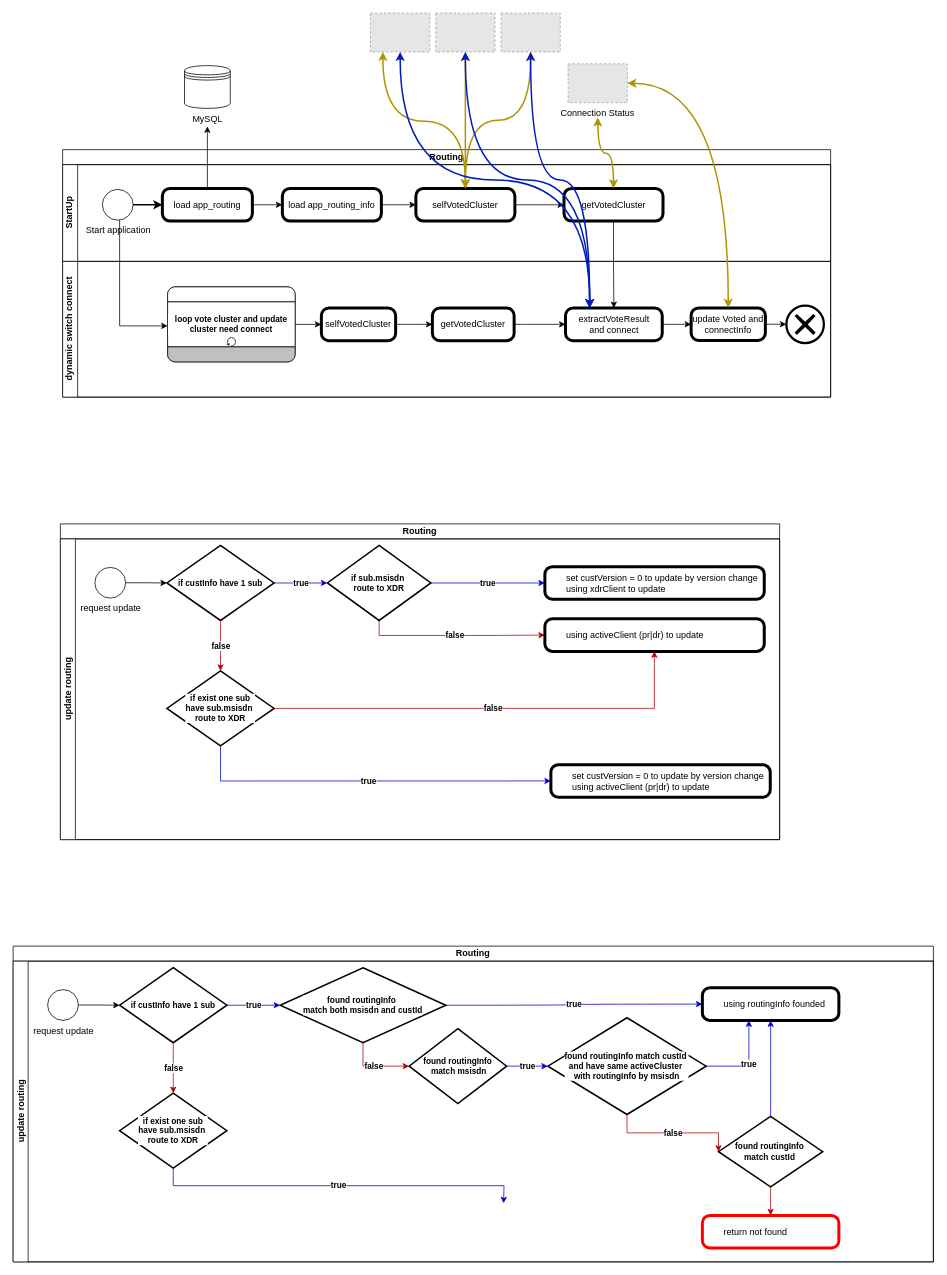
This is page "Page-3" (3 of 3) of vOCS3.0.drawio from duongbkak55/work, a draw.io file, before an edit. Source tidied: cells renumbered, new cells numbered last; positions are measured from the earlier drawing's top-left corner, leaving out a move shared by most shapes. Both pictures are drawn from the tidied source at 75%, with x=0, y=0 at pixel (13, 13). Pictures stored in the file or linked from it are replaced by grey dashed boxes.
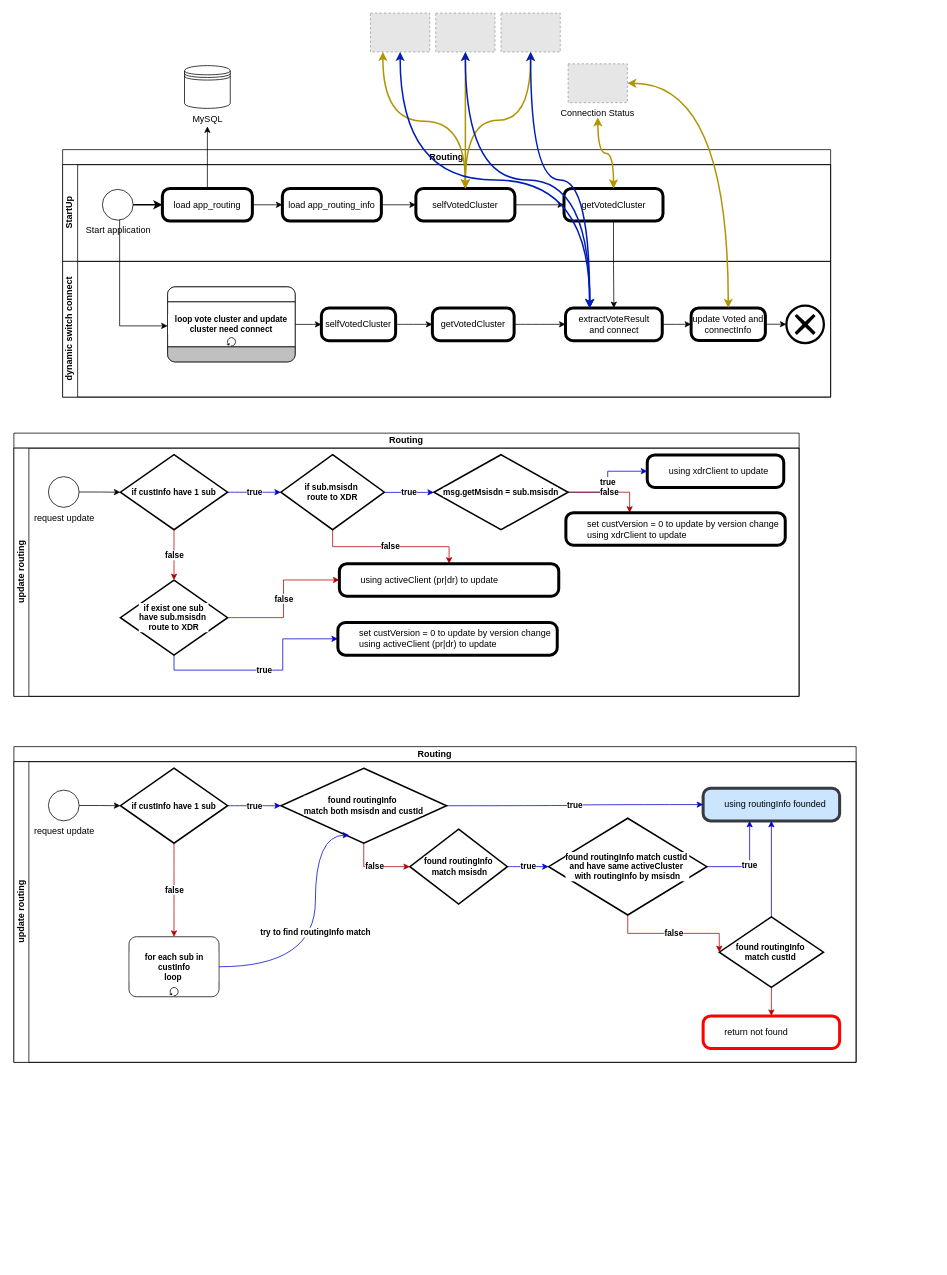
The same page after the edit.

The change refers to these unchanged cells:
```xml
<mxCell id="53" value="if sub.msisdn&amp;nbsp;&lt;div&gt;route to XDR&lt;/div&gt;" style="strokeWidth=2;html=1;shape=mxgraph.flowchart.decision;whiteSpace=wrap;fontFamily=Helvetica;fontSize=11;fontColor=default;fontStyle=1;labelBackgroundColor=default;" parent="45" vertex="1">
  <mxGeometry x="356" y="8.8" width="138" height="100" as="geometry" />
</mxCell>
<mxCell id="56" value="if exist one sub&lt;div&gt;have sub.msisdn&amp;nbsp;&lt;div&gt;route to XDR&lt;/div&gt;&lt;/div&gt;" style="strokeWidth=2;html=1;shape=mxgraph.flowchart.decision;whiteSpace=wrap;fontFamily=Helvetica;fontSize=11;fontColor=default;fontStyle=1;labelBackgroundColor=default;" parent="45" vertex="1">
  <mxGeometry x="142" y="176" width="143" height="100" as="geometry" />
</mxCell>
<mxCell id="66" value="if custInfo have 1 sub" style="strokeWidth=2;html=1;shape=mxgraph.flowchart.decision;whiteSpace=wrap;fontFamily=Helvetica;fontSize=11;fontColor=default;fontStyle=1;labelBackgroundColor=default;" parent="61" vertex="1">
  <mxGeometry x="142" y="8.8" width="143" height="100" as="geometry" />
</mxCell>
<mxCell id="69" value="found routingInfo&amp;nbsp;&lt;div&gt;&lt;div&gt;match both msisdn and custId&lt;/div&gt;&lt;/div&gt;" style="strokeWidth=2;html=1;shape=mxgraph.flowchart.decision;whiteSpace=wrap;fontFamily=Helvetica;fontSize=11;fontColor=default;fontStyle=1;labelBackgroundColor=default;" parent="61" vertex="1">
  <mxGeometry x="356" y="8.8" width="221" height="100" as="geometry" />
</mxCell>
```

What changed in the source:
```diff
@@
     <mxCell id="44" value="Routing" style="swimlane;html=1;horizontal=1;startSize=20;whiteSpace=wrap;" parent="1" vertex="1">
-      <mxGeometry x="63" y="681" width="959" height="421" as="geometry" />
+      <mxGeometry x="1" y="560" width="1047" height="351" as="geometry" />
     </mxCell>
     <mxCell id="45" value="update routing" style="swimlane;html=1;startSize=20;horizontal=0;" parent="44" vertex="1">
-      <mxGeometry y="20" width="959" height="401" as="geometry" />
+      <mxGeometry y="20" width="1047" height="331" as="geometry" />
     </mxCell>
@@
-    <mxCell id="48" value="&lt;span style=&quot;white-space: pre;&quot;&gt;&#9;&lt;/span&gt;set custVersion = 0 to update by version change&lt;div&gt;&lt;span style=&quot;white-space: pre;&quot;&gt;&#9;&lt;/span&gt;using xdrClient to update&lt;/div&gt;" style="points=[[0.25,0,0],[0.5,0,0],[0.75,0,0],[1,0.25,0],[1,0.5,0],[1,0.75,0],[0.75,1,0],[0.5,1,0],[0.25,1,0],[0,0.75,0],[0,0.5,0],[0,0.25,0]];shape=mxgraph.bpmn.task;whiteSpace=wrap;rectStyle=rounded;size=10;html=1;bpmnShapeType=call;align=left;" parent="45" vertex="1">
-      <mxGeometry x="646" y="37" width="292.5" height="43.5" as="geometry" />
+    <mxCell id="48" value="&lt;div&gt;&lt;span style=&quot;white-space: pre;&quot;&gt;&#9;&lt;/span&gt;using xdrClient to update&lt;/div&gt;" style="points=[[0.25,0,0],[0.5,0,0],[0.75,0,0],[1,0.25,0],[1,0.5,0],[1,0.75,0],[0.75,1,0],[0.5,1,0],[0.25,1,0],[0,0.75,0],[0,0.5,0],[0,0.25,0]];shape=mxgraph.bpmn.task;whiteSpace=wrap;rectStyle=rounded;size=10;html=1;bpmnShapeType=call;align=left;" parent="45" vertex="1">
+      <mxGeometry x="844.5" y="9" width="182" height="43.5" as="geometry" />
     </mxCell>
@@
-    <mxCell id="51" value="true" style="edgeStyle=orthogonalEdgeStyle;curved=1;rounded=0;jettySize=auto;html=1;strokeColor=#0000CC;strokeWidth=1;align=center;verticalAlign=middle;fontFamily=Helvetica;fontSize=11;fontColor=default;fontStyle=1;labelBackgroundColor=default;startArrow=none;startFill=0;endArrow=classic;flowAnimation=0;fillColor=#e3c800;" parent="45" edge="1" source="53" target="48">
+    <mxCell id="51" value="true" style="edgeStyle=orthogonalEdgeStyle;rounded=0;jettySize=auto;html=1;strokeColor=#0000CC;strokeWidth=1;align=center;verticalAlign=middle;fontFamily=Helvetica;fontSize=11;fontColor=default;fontStyle=1;labelBackgroundColor=default;startArrow=none;startFill=0;endArrow=classic;flowAnimation=0;fillColor=#e3c800;" parent="45" edge="1" source="83" target="48">
       <mxGeometry relative="1" as="geometry" />
     </mxCell>
@@
+    <mxCell id="70" value="true" style="edgeStyle=elbowEdgeStyle;rounded=0;jettySize=auto;elbow=vertical;html=1;strokeColor=#0000CC;strokeWidth=1;align=center;verticalAlign=middle;fontFamily=Helvetica;fontSize=11;fontColor=default;fontStyle=1;labelBackgroundColor=default;startArrow=none;startFill=0;endArrow=classic;flowAnimation=0;fillColor=#e3c800;" parent="45" edge="1" source="53" target="83">
+      <mxGeometry relative="1" as="geometry" />
+    </mxCell>
@@
     <mxCell id="54" value="&lt;div&gt;&lt;span style=&quot;white-space: pre;&quot;&gt;&#9;&lt;/span&gt;using activeClient (pr|dr) to update&lt;/div&gt;" style="points=[[0.25,0,0],[0.5,0,0],[0.75,0,0],[1,0.25,0],[1,0.5,0],[1,0.75,0],[0.75,1,0],[0.5,1,0],[0.25,1,0],[0,0.75,0],[0,0.5,0],[0,0.25,0]];shape=mxgraph.bpmn.task;whiteSpace=wrap;rectStyle=rounded;size=10;html=1;bpmnShapeType=call;align=left;" parent="45" vertex="1">
-      <mxGeometry x="646" y="106.5" width="292.5" height="43.5" as="geometry" />
+      <mxGeometry x="434" y="154" width="292.5" height="43.5" as="geometry" />
     </mxCell>
@@
     <mxCell id="58" value="&lt;span style=&quot;white-space: pre;&quot;&gt;&#9;&lt;/span&gt;set custVersion = 0 to update by version change&lt;div&gt;&lt;span style=&quot;white-space: pre;&quot;&gt;&#9;&lt;/span&gt;using activeClient (pr|dr) to update&lt;br&gt;&lt;/div&gt;" style="points=[[0.25,0,0],[0.5,0,0],[0.75,0,0],[1,0.25,0],[1,0.5,0],[1,0.75,0],[0.75,1,0],[0.5,1,0],[0.25,1,0],[0,0.75,0],[0,0.5,0],[0,0.25,0]];shape=mxgraph.bpmn.task;whiteSpace=wrap;rectStyle=rounded;size=10;html=1;bpmnShapeType=call;align=left;" parent="45" vertex="1">
-      <mxGeometry x="654" y="301" width="292.5" height="43.5" as="geometry" />
+      <mxGeometry x="432" y="232.5" width="292.5" height="43.5" as="geometry" />
     </mxCell>
     <mxCell id="59" value="false" style="edgeStyle=orthogonalEdgeStyle;rounded=0;jettySize=auto;html=1;strokeColor=#B20000;strokeWidth=1;align=center;verticalAlign=middle;fontFamily=Helvetica;fontSize=11;fontColor=default;fontStyle=1;labelBackgroundColor=default;startArrow=none;startFill=0;endArrow=classic;flowAnimation=0;fillColor=#e51400;" parent="45" edge="1" source="56" target="54">
-      <mxGeometry relative="1" as="geometry">
-        <Array as="points">
-          <mxPoint x="792" y="226" />
-        </Array>
-      </mxGeometry>
+      <mxGeometry relative="1" as="geometry" />
     </mxCell>
+    <mxCell id="82" value="false" style="edgeStyle=orthogonalEdgeStyle;rounded=0;jettySize=auto;html=1;strokeColor=#B20000;strokeWidth=1;align=center;verticalAlign=middle;fontFamily=Helvetica;fontSize=11;fontColor=default;fontStyle=1;labelBackgroundColor=default;startArrow=none;startFill=0;endArrow=classic;flowAnimation=0;fillColor=#e51400;" parent="45" edge="1" source="83" target="84">
+      <mxGeometry relative="1" as="geometry">
+        <Array as="points">
+          <mxPoint x="821" y="59" />
+        </Array>
+      </mxGeometry>
+    </mxCell>
+    <mxCell id="83" value="msg.getMsisdn = sub.msisdn" style="strokeWidth=2;html=1;shape=mxgraph.flowchart.decision;whiteSpace=wrap;fontFamily=Helvetica;fontSize=11;fontColor=default;fontStyle=1;labelBackgroundColor=default;" parent="45" vertex="1">
+      <mxGeometry x="560" y="8.8" width="179" height="100" as="geometry" />
+    </mxCell>
+    <mxCell id="84" value="&lt;span style=&quot;white-space: pre;&quot;&gt;&#9;&lt;/span&gt;set custVersion = 0 to update by version change&lt;div&gt;&lt;span style=&quot;white-space: pre;&quot;&gt;&#9;&lt;/span&gt;using xdrClient to update&lt;/div&gt;" style="points=[[0.25,0,0],[0.5,0,0],[0.75,0,0],[1,0.25,0],[1,0.5,0],[1,0.75,0],[0.75,1,0],[0.5,1,0],[0.25,1,0],[0,0.75,0],[0,0.5,0],[0,0.25,0]];shape=mxgraph.bpmn.task;whiteSpace=wrap;rectStyle=rounded;size=10;html=1;bpmnShapeType=call;align=left;" parent="45" vertex="1">
+      <mxGeometry x="736" y="86" width="292.5" height="43.5" as="geometry" />
+    </mxCell>
     <mxCell id="60" value="Routing" style="swimlane;html=1;horizontal=1;startSize=20;whiteSpace=wrap;" parent="1" vertex="1">
-      <mxGeometry y="1244" width="1227" height="421" as="geometry" />
+      <mxGeometry x="1" y="978" width="1123" height="421" as="geometry" />
     </mxCell>
     <mxCell id="61" value="update routing" style="swimlane;html=1;startSize=20;horizontal=0;" parent="60" vertex="1">
-      <mxGeometry y="20" width="1227" height="401" as="geometry" />
+      <mxGeometry y="20" width="1123" height="401" as="geometry" />
     </mxCell>
@@
-    <mxCell id="64" value="&lt;span style=&quot;white-space: pre;&quot;&gt;&#9;&lt;/span&gt;using routingInfo founded" style="points=[[0.25,0,0],[0.5,0,0],[0.75,0,0],[1,0.25,0],[1,0.5,0],[1,0.75,0],[0.75,1,0],[0.5,1,0],[0.25,1,0],[0,0.75,0],[0,0.5,0],[0,0.25,0]];shape=mxgraph.bpmn.task;whiteSpace=wrap;rectStyle=rounded;size=10;html=1;bpmnShapeType=call;align=left;" parent="61" vertex="1">
+    <mxCell id="64" value="&lt;span style=&quot;white-space: pre;&quot;&gt;&#9;&lt;/span&gt;using routingInfo founded" style="points=[[0.25,0,0],[0.5,0,0],[0.75,0,0],[1,0.25,0],[1,0.5,0],[1,0.75,0],[0.75,1,0],[0.5,1,0],[0.25,1,0],[0,0.75,0],[0,0.5,0],[0,0.25,0]];shape=mxgraph.bpmn.task;whiteSpace=wrap;rectStyle=rounded;size=10;html=1;bpmnShapeType=call;align=left;fillColor=#cce5ff;strokeColor=#36393d;" parent="61" vertex="1">
       <mxGeometry x="919" y="35.5" width="182" height="43.5" as="geometry" />
     </mxCell>
@@
-    <mxCell id="70" value="true" style="edgeStyle=orthogonalEdgeStyle;rounded=0;jettySize=auto;html=1;strokeColor=#0000CC;strokeWidth=1;align=center;verticalAlign=middle;fontFamily=Helvetica;fontSize=11;fontColor=default;fontStyle=1;labelBackgroundColor=default;startArrow=none;startFill=0;endArrow=classic;flowAnimation=0;fillColor=#e3c800;exitX=0.5;exitY=1;exitDx=0;exitDy=0;exitPerimeter=0;entryX=0;entryY=0.5;entryDx=0;entryDy=0;entryPerimeter=0;" parent="61" edge="1" source="71">
-      <mxGeometry relative="1" as="geometry">
-        <mxPoint x="654" y="322.8" as="targetPoint" />
-      </mxGeometry>
-    </mxCell>
-    <mxCell id="71" value="if exist one sub&lt;div&gt;have sub.msisdn&amp;nbsp;&lt;div&gt;route to XDR&lt;/div&gt;&lt;/div&gt;" style="strokeWidth=2;html=1;shape=mxgraph.flowchart.decision;whiteSpace=wrap;fontFamily=Helvetica;fontSize=11;fontColor=default;fontStyle=1;labelBackgroundColor=default;" parent="61" vertex="1">
-      <mxGeometry x="142" y="176" width="143" height="100" as="geometry" />
-    </mxCell>
-    <mxCell id="72" value="false" style="edgeStyle=orthogonalEdgeStyle;curved=1;rounded=0;jettySize=auto;html=1;strokeColor=#B20000;strokeWidth=1;align=center;verticalAlign=middle;fontFamily=Helvetica;fontSize=11;fontColor=default;fontStyle=1;labelBackgroundColor=default;startArrow=none;startFill=0;endArrow=classic;flowAnimation=0;fillColor=#e51400;" parent="61" edge="1" source="66" target="71">
-      <mxGeometry relative="1" as="geometry" />
-    </mxCell>
@@
+    <mxCell id="72" value="false" style="edgeStyle=orthogonalEdgeStyle;curved=1;rounded=0;jettySize=auto;html=1;strokeColor=#B20000;strokeWidth=1;align=center;verticalAlign=middle;fontFamily=Helvetica;fontSize=11;fontColor=default;fontStyle=1;labelBackgroundColor=default;startArrow=none;startFill=0;endArrow=classic;flowAnimation=0;fillColor=#e51400;" parent="61" edge="1" source="66" target="86">
+      <mxGeometry relative="1" as="geometry" />
+    </mxCell>
+    <mxCell id="85" value="try to find routingInfo match" style="edgeStyle=orthogonalEdgeStyle;rounded=0;jettySize=auto;elbow=vertical;html=1;strokeColor=#0000CC;strokeWidth=1;align=center;verticalAlign=middle;fontFamily=Helvetica;fontSize=11;fontColor=default;fontStyle=1;labelBackgroundColor=default;startArrow=none;startFill=0;endArrow=classic;flowAnimation=1;fillColor=#e3c800;curved=1;entryX=0.412;entryY=0.893;entryDx=0;entryDy=0;entryPerimeter=0;" parent="61" edge="1" source="86" target="69">
+      <mxGeometry relative="1" as="geometry">
+        <Array as="points">
+          <mxPoint x="402" y="274" />
+          <mxPoint x="402" y="98" />
+        </Array>
+      </mxGeometry>
+    </mxCell>
+    <mxCell id="86" value="for each sub in custInfo&lt;div&gt;loop&amp;nbsp;&lt;/div&gt;" style="points=[[0.25,0,0],[0.5,0,0],[0.75,0,0],[1,0.25,0],[1,0.5,0],[1,0.75,0],[0.75,1,0],[0.5,1,0],[0.25,1,0],[0,0.75,0],[0,0.5,0],[0,0.25,0]];shape=mxgraph.bpmn.task;whiteSpace=wrap;rectStyle=rounded;size=10;html=1;taskMarker=abstract;isLoopStandard=1;fontFamily=Helvetica;fontSize=11;fontColor=default;fontStyle=1;labelBackgroundColor=default;" parent="61" vertex="1">
+      <mxGeometry x="153.5" y="233.5" width="120" height="80" as="geometry" />
+    </mxCell>
```
